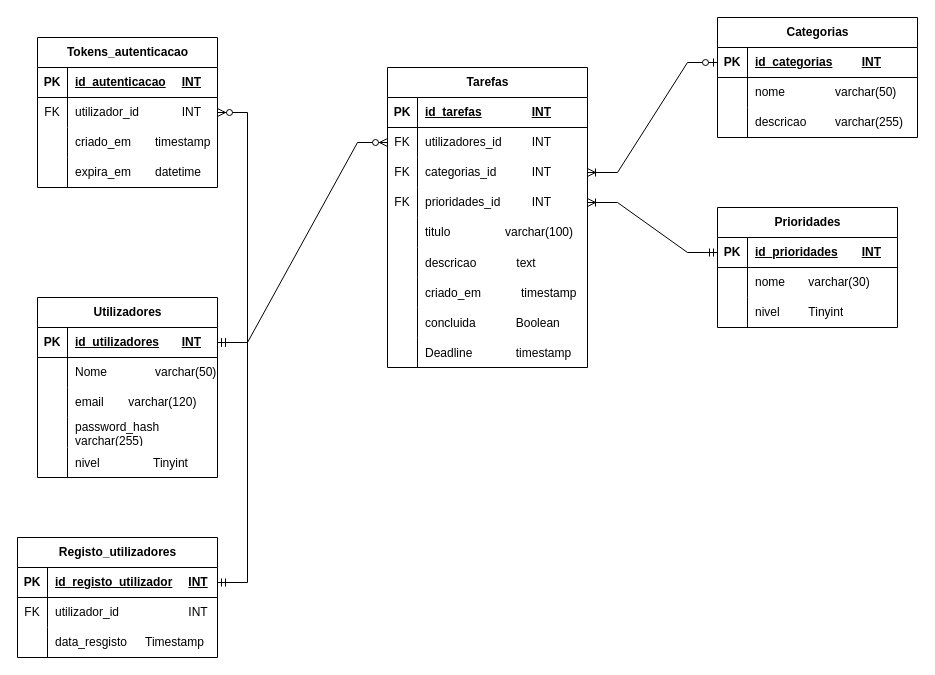
Before: P_Tarefas/projeto1/Modelo-ER-darwio.drawio in JunqueiraDevEduardo/JavaFX, a draw.io diagram. Source tidied: cells renumbered, new cells numbered last; positions are measured from the earlier drawing's top-left corner, leaving out a move shared by most shapes. Both pictures are drawn from the tidied source at 100%, with x=0, y=0 at pixel (17, 17).
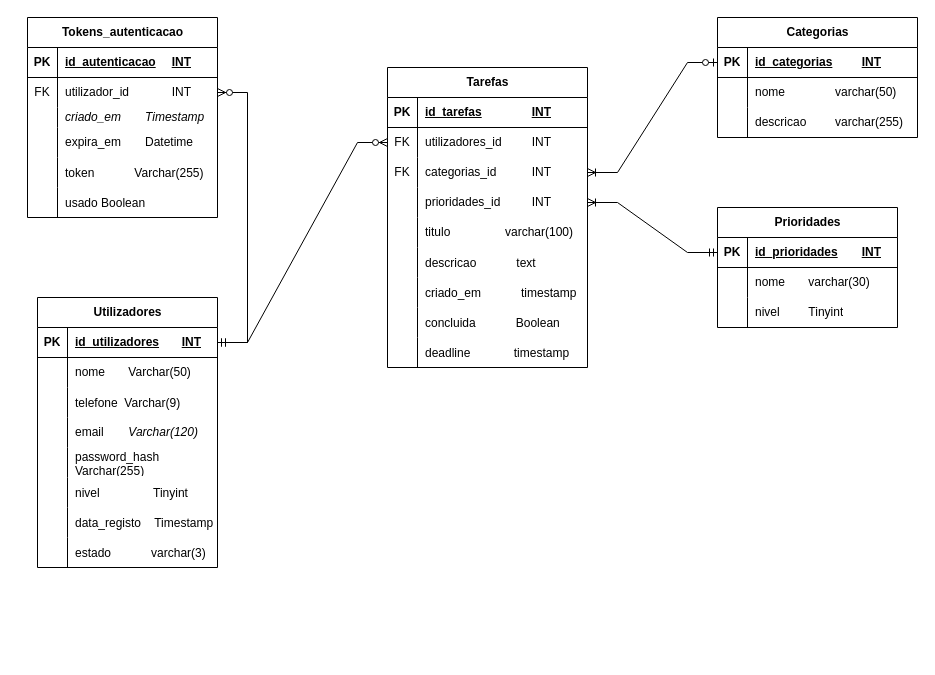
The same diagram, later.

Commit message (it also covers changes not shown here):
update base de dados ER modelo completo

update

The change refers to these unchanged cells:
```xml
<mxCell id="12" style="shape=tableRow;horizontal=0;startSize=0;swimlaneHead=0;swimlaneBody=0;fillColor=none;points=[[0,0.5],[1,0.5]];portConstraint=eastwest;top=0;left=0;right=0;bottom=0;" parent="2" vertex="1">
  <mxGeometry y="120" width="200" height="30" as="geometry" />
</mxCell>
<mxCell id="27" style="shape=tableRow;horizontal=0;startSize=0;swimlaneHead=0;swimlaneBody=0;fillColor=none;top=0;left=0;right=0;bottom=0;" parent="2" vertex="1">
  <mxGeometry y="270" width="200" height="30" as="geometry" />
</mxCell>
<mxCell id="44" style="shape=tableRow;horizontal=0;startSize=0;swimlaneHead=0;swimlaneBody=0;fillColor=none;points=[[0,0.5],[1,0.5]];portConstraint=eastwest;top=0;left=0;right=0;bottom=1;" parent="43" vertex="1">
  <mxGeometry y="30" width="180" height="30" as="geometry" />
</mxCell>
<mxCell id="47" style="shape=tableRow;horizontal=0;startSize=0;swimlaneHead=0;swimlaneBody=0;fillColor=none;top=0;left=0;right=0;bottom=0;" parent="43" vertex="1">
  <mxGeometry y="60" width="180" height="30" as="geometry" />
</mxCell>
```

What changed in the source:
```diff
@@
-    <mxCell id="13" value="FK" style="shape=partialRectangle;fillColor=none;top=0;left=0;bottom=0;right=0;fontStyle=0;overflow=hidden;whiteSpace=wrap;html=1;" parent="12" vertex="1">
+    <mxCell id="13" style="shape=partialRectangle;fillColor=none;top=0;left=0;bottom=0;right=0;fontStyle=0;overflow=hidden;whiteSpace=wrap;html=1;" parent="12" vertex="1">
       <mxGeometry width="30" height="30" as="geometry" />
     </mxCell>
@@
-    <mxCell id="29" value="Deadline             timestamp " style="shape=partialRectangle;fillColor=none;top=0;left=0;bottom=0;right=0;align=left;spacingLeft=6;overflow=hidden;" parent="27" vertex="1">
+    <mxCell id="29" value="deadline             timestamp " style="shape=partialRectangle;fillColor=none;top=0;left=0;bottom=0;right=0;align=left;spacingLeft=6;overflow=hidden;" parent="27" vertex="1">
       <mxGeometry x="30" width="170" height="30" as="geometry" />
     </mxCell>
     <mxCell id="30" value="Tokens_autenticacao" style="shape=table;startSize=30;childLayout=tableLayout;rowLines=0;fontStyle=1;align=center;html=1;" parent="1" vertex="1">
-      <mxGeometry x="20" y="20" width="180" height="150" as="geometry" />
+      <mxGeometry x="10" width="190" height="200" as="geometry" />
     </mxCell>
     <mxCell id="31" style="shape=tableRow;horizontal=0;startSize=0;swimlaneHead=0;swimlaneBody=0;fillColor=none;top=0;left=0;right=0;bottom=1;" parent="30" vertex="1">
-      <mxGeometry y="30" width="180" height="30" as="geometry" />
+      <mxGeometry y="30" width="190" height="30" as="geometry" />
     </mxCell>
@@
     <mxCell id="33" value="id_autenticacao&lt;span style=&quot;white-space: pre;&quot;&gt;&#9;&lt;/span&gt;INT" style="shape=partialRectangle;fillColor=none;top=0;left=0;bottom=0;right=0;align=left;spacingLeft=6;fontStyle=5;overflow=hidden;whiteSpace=wrap;html=1;" parent="31" vertex="1">
-      <mxGeometry x="30" width="150" height="30" as="geometry" />
+      <mxGeometry x="30" width="160" height="30" as="geometry" />
     </mxCell>
     <mxCell id="34" style="shape=tableRow;horizontal=0;startSize=0;swimlaneHead=0;swimlaneBody=0;fillColor=none;points=[[0,0.5],[1,0.5]];portConstraint=eastwest;top=0;left=0;right=0;bottom=0;" parent="30" vertex="1">
-      <mxGeometry y="60" width="180" height="30" as="geometry" />
+      <mxGeometry y="60" width="190" height="30" as="geometry" />
     </mxCell>
@@
     <mxCell id="36" value="utilizador_id&lt;span style=&quot;white-space: pre;&quot;&gt;&#9;&lt;/span&gt;&lt;span style=&quot;white-space: pre;&quot;&gt;&#9;&lt;/span&gt;INT" style="shape=partialRectangle;fillColor=none;top=0;left=0;bottom=0;right=0;align=left;spacingLeft=6;fontStyle=0;overflow=hidden;whiteSpace=wrap;html=1;" parent="34" vertex="1">
-      <mxGeometry x="30" width="150" height="30" as="geometry" />
+      <mxGeometry x="30" width="160" height="30" as="geometry" />
     </mxCell>
     <mxCell id="37" style="shape=tableRow;horizontal=0;startSize=0;swimlaneHead=0;swimlaneBody=0;fillColor=none;top=0;left=0;right=0;bottom=0;" parent="30" vertex="1">
-      <mxGeometry y="90" width="180" height="30" as="geometry" />
+      <mxGeometry y="90" width="190" height="20" as="geometry" />
     </mxCell>
     <mxCell id="38" style="shape=partialRectangle;fillColor=none;top=0;left=0;bottom=0;right=0;overflow=hidden;whiteSpace=wrap;html=1;" parent="37" vertex="1">
-      <mxGeometry width="30" height="30" as="geometry" />
+      <mxGeometry width="30" height="20" as="geometry" />
     </mxCell>
-    <mxCell id="39" value="criado_em&lt;span style=&quot;white-space: pre;&quot;&gt;&#9;&lt;/span&gt;timestamp" style="shape=partialRectangle;fillColor=none;top=0;left=0;bottom=0;right=0;align=left;spacingLeft=6;overflow=hidden;whiteSpace=wrap;html=1;" parent="37" vertex="1">
-      <mxGeometry x="30" width="150" height="30" as="geometry" />
+    <mxCell id="39" value="&lt;i&gt;criado_em&lt;span style=&quot;white-space: pre;&quot;&gt;&#9;&lt;/span&gt;Timestamp&lt;/i&gt;" style="shape=partialRectangle;fillColor=none;top=0;left=0;bottom=0;right=0;align=left;spacingLeft=6;overflow=hidden;whiteSpace=wrap;html=1;" parent="37" vertex="1">
+      <mxGeometry x="30" width="160" height="20" as="geometry" />
     </mxCell>
     <mxCell id="40" style="shape=tableRow;horizontal=0;startSize=0;swimlaneHead=0;swimlaneBody=0;fillColor=none;top=0;left=0;right=0;bottom=0;" parent="30" vertex="1">
-      <mxGeometry y="120" width="180" height="30" as="geometry" />
+      <mxGeometry y="110" width="190" height="30" as="geometry" />
     </mxCell>
@@
-    <mxCell id="42" value="expira_em&lt;span style=&quot;white-space: pre;&quot;&gt;&#9;&lt;/span&gt;datetime" style="shape=partialRectangle;fillColor=none;top=0;left=0;bottom=0;right=0;align=left;spacingLeft=6;overflow=hidden;whiteSpace=wrap;html=1;" parent="40" vertex="1">
-      <mxGeometry x="30" width="150" height="30" as="geometry" />
+    <mxCell id="42" value="expira_em&lt;span style=&quot;white-space: pre;&quot;&gt;&#9;&lt;/span&gt;Datetime" style="shape=partialRectangle;fillColor=none;top=0;left=0;bottom=0;right=0;align=left;spacingLeft=6;overflow=hidden;whiteSpace=wrap;html=1;" parent="40" vertex="1">
+      <mxGeometry x="30" width="160" height="30" as="geometry" />
     </mxCell>
+    <mxCell id="94" style="shape=tableRow;horizontal=0;startSize=0;swimlaneHead=0;swimlaneBody=0;fillColor=none;top=0;left=0;right=0;bottom=0;" parent="30" vertex="1">
+      <mxGeometry y="140" width="190" height="30" as="geometry" />
+    </mxCell>
+    <mxCell id="95" style="shape=partialRectangle;fillColor=none;top=0;left=0;bottom=0;right=0;overflow=hidden;" parent="94" vertex="1">
+      <mxGeometry width="30" height="30" as="geometry" />
+    </mxCell>
+    <mxCell id="96" value="token            Varchar(255)" style="shape=partialRectangle;fillColor=none;top=0;left=0;bottom=0;right=0;align=left;spacingLeft=6;overflow=hidden;fontStyle=0;" parent="94" vertex="1">
+      <mxGeometry x="30" width="160" height="30" as="geometry" />
+    </mxCell>
+    <mxCell id="97" style="shape=tableRow;horizontal=0;startSize=0;swimlaneHead=0;swimlaneBody=0;fillColor=none;top=0;left=0;right=0;bottom=0;" parent="30" vertex="1">
+      <mxGeometry y="170" width="190" height="30" as="geometry" />
+    </mxCell>
+    <mxCell id="98" style="shape=partialRectangle;fillColor=none;top=0;left=0;bottom=0;right=0;overflow=hidden;" parent="97" vertex="1">
+      <mxGeometry width="30" height="30" as="geometry" />
+    </mxCell>
+    <mxCell id="99" value="usado Boolean " style="shape=partialRectangle;fillColor=none;top=0;left=0;bottom=0;right=0;align=left;spacingLeft=6;overflow=hidden;horizontal=1;fontStyle=0;" parent="97" vertex="1">
+      <mxGeometry x="30" width="160" height="30" as="geometry" />
+    </mxCell>
     <mxCell id="43" value="Utilizadores" style="shape=table;startSize=30;childLayout=tableLayout;rowLines=0;fontStyle=1;align=center;html=1;" parent="1" vertex="1">
-      <mxGeometry x="20" y="280" width="180" height="180" as="geometry" />
+      <mxGeometry x="20" y="280" width="180" height="270" as="geometry" />
     </mxCell>
@@
-    <mxCell id="49" value="Nome&lt;span style=&quot;white-space: pre;&quot;&gt;&#9;&lt;/span&gt;&lt;span style=&quot;white-space: pre;&quot;&gt;&#9;&lt;/span&gt;varchar(50)" style="shape=partialRectangle;fillColor=none;top=0;left=0;bottom=0;right=0;align=left;spacingLeft=6;overflow=hidden;whiteSpace=wrap;html=1;" parent="47" vertex="1">
+    <mxCell id="49" value="nome&lt;span style=&quot;white-space: pre;&quot;&gt;&#9;&lt;/span&gt;Varchar(50)" style="shape=partialRectangle;fillColor=none;top=0;left=0;bottom=0;right=0;align=left;spacingLeft=6;overflow=hidden;whiteSpace=wrap;html=1;" parent="47" vertex="1">
       <mxGeometry x="30" width="150" height="30" as="geometry" />
     </mxCell>
+    <mxCell id="100" style="shape=tableRow;horizontal=0;startSize=0;swimlaneHead=0;swimlaneBody=0;fillColor=none;top=0;left=0;right=0;bottom=0;" parent="43" vertex="1">
+      <mxGeometry y="90" width="180" height="30" as="geometry" />
+    </mxCell>
+    <mxCell id="101" style="shape=partialRectangle;fillColor=none;top=0;left=0;bottom=0;right=0;overflow=hidden;" parent="100" vertex="1">
+      <mxGeometry width="30" height="30" as="geometry" />
+    </mxCell>
+    <mxCell id="102" value="telefone  Varchar(9)" style="shape=partialRectangle;fillColor=none;top=0;left=0;bottom=0;right=0;align=left;spacingLeft=6;overflow=hidden;" parent="100" vertex="1">
+      <mxGeometry x="30" width="150" height="30" as="geometry" />
+    </mxCell>
     <mxCell id="50" style="shape=tableRow;horizontal=0;startSize=0;swimlaneHead=0;swimlaneBody=0;fillColor=none;top=0;left=0;right=0;bottom=0;" parent="43" vertex="1">
-      <mxGeometry y="90" width="180" height="30" as="geometry" />
+      <mxGeometry y="120" width="180" height="30" as="geometry" />
     </mxCell>
@@
-    <mxCell id="52" value="email&lt;span style=&quot;white-space: pre;&quot;&gt;&#9;&lt;/span&gt;varchar(120)" style="shape=partialRectangle;fillColor=none;top=0;left=0;bottom=0;right=0;align=left;spacingLeft=6;overflow=hidden;whiteSpace=wrap;html=1;" parent="50" vertex="1">
+    <mxCell id="52" value="email&lt;span style=&quot;white-space: pre;&quot;&gt;&#9;&lt;/span&gt;&lt;i&gt;Varchar(120)&lt;/i&gt;" style="shape=partialRectangle;fillColor=none;top=0;left=0;bottom=0;right=0;align=left;spacingLeft=6;overflow=hidden;whiteSpace=wrap;html=1;" parent="50" vertex="1">
       <mxGeometry x="30" width="150" height="30" as="geometry" />
     </mxCell>
     <mxCell id="53" style="shape=tableRow;horizontal=0;startSize=0;swimlaneHead=0;swimlaneBody=0;fillColor=none;top=0;left=0;right=0;bottom=0;" parent="43" vertex="1">
-      <mxGeometry y="120" width="180" height="30" as="geometry" />
+      <mxGeometry y="150" width="180" height="30" as="geometry" />
     </mxCell>
@@
-    <mxCell id="55" value="password_hash&amp;nbsp; varchar(255)" style="shape=partialRectangle;fillColor=none;top=0;left=0;bottom=0;right=0;align=left;spacingLeft=6;overflow=hidden;whiteSpace=wrap;html=1;" parent="53" vertex="1">
+    <mxCell id="55" value="password_hash&amp;nbsp; Varchar(255)" style="shape=partialRectangle;fillColor=none;top=0;left=0;bottom=0;right=0;align=left;spacingLeft=6;overflow=hidden;whiteSpace=wrap;html=1;" parent="53" vertex="1">
       <mxGeometry x="30" width="150" height="30" as="geometry" />
     </mxCell>
     <mxCell id="56" style="shape=tableRow;horizontal=0;startSize=0;swimlaneHead=0;swimlaneBody=0;fillColor=none;top=0;left=0;right=0;bottom=0;" parent="43" vertex="1">
-      <mxGeometry y="150" width="180" height="30" as="geometry" />
+      <mxGeometry y="180" width="180" height="30" as="geometry" />
     </mxCell>
@@
+    <mxCell id="103" style="shape=tableRow;horizontal=0;startSize=0;swimlaneHead=0;swimlaneBody=0;fillColor=none;top=0;left=0;right=0;bottom=0;" parent="43" vertex="1">
+      <mxGeometry y="210" width="180" height="30" as="geometry" />
+    </mxCell>
+    <mxCell id="104" style="shape=partialRectangle;fillColor=none;top=0;left=0;bottom=0;right=0;overflow=hidden;" parent="103" vertex="1">
+      <mxGeometry width="30" height="30" as="geometry" />
+    </mxCell>
+    <mxCell id="105" value="data_registo    Timestamp" style="shape=partialRectangle;fillColor=none;top=0;left=0;bottom=0;right=0;align=left;spacingLeft=6;overflow=hidden;fontStyle=0;" parent="103" vertex="1">
+      <mxGeometry x="30" width="150" height="30" as="geometry" />
+    </mxCell>
+    <mxCell id="106" style="shape=tableRow;horizontal=0;startSize=0;swimlaneHead=0;swimlaneBody=0;fillColor=none;top=0;left=0;right=0;bottom=0;" parent="43" vertex="1">
+      <mxGeometry y="240" width="180" height="30" as="geometry" />
+    </mxCell>
+    <mxCell id="107" style="shape=partialRectangle;fillColor=none;top=0;left=0;bottom=0;right=0;overflow=hidden;" parent="106" vertex="1">
+      <mxGeometry width="30" height="30" as="geometry" />
+    </mxCell>
+    <mxCell id="108" value="estado            varchar(3)" style="shape=partialRectangle;fillColor=none;top=0;left=0;bottom=0;right=0;align=left;spacingLeft=6;overflow=hidden;" parent="106" vertex="1">
+      <mxGeometry x="30" width="150" height="30" as="geometry" />
+    </mxCell>
@@
-    <mxCell id="83" value="Registo_utilizadores" style="shape=table;startSize=30;childLayout=tableLayout;rowLines=0;fontStyle=1;align=center;html=1;" parent="1" vertex="1">
-      <mxGeometry y="520" width="200" height="120" as="geometry" />
-    </mxCell>
-    <mxCell id="84" style="shape=tableRow;horizontal=0;startSize=0;swimlaneHead=0;swimlaneBody=0;fillColor=none;points=[[0,0.5],[1,0.5]];portConstraint=eastwest;top=0;left=0;right=0;bottom=1;" parent="83" vertex="1">
-      <mxGeometry y="30" width="200" height="30" as="geometry" />
-    </mxCell>
-    <mxCell id="85" value="PK" style="shape=partialRectangle;fillColor=none;top=0;left=0;bottom=0;right=0;fontStyle=1;overflow=hidden;whiteSpace=wrap;html=1;" parent="84" vertex="1">
-      <mxGeometry width="30" height="30" as="geometry" />
-    </mxCell>
-    <mxCell id="86" value="id_registo_utilizador&lt;span style=&quot;white-space: pre;&quot;&gt;&#9;&lt;/span&gt;INT" style="shape=partialRectangle;fillColor=none;top=0;left=0;bottom=0;right=0;align=left;spacingLeft=6;fontStyle=5;overflow=hidden;whiteSpace=wrap;html=1;" parent="84" vertex="1">
-      <mxGeometry x="30" width="170" height="30" as="geometry" />
-    </mxCell>
-    <mxCell id="87" style="shape=tableRow;horizontal=0;startSize=0;swimlaneHead=0;swimlaneBody=0;fillColor=none;top=0;left=0;right=0;bottom=0;" parent="83" vertex="1">
-      <mxGeometry y="60" width="200" height="30" as="geometry" />
-    </mxCell>
-    <mxCell id="88" value="FK" style="shape=partialRectangle;fillColor=none;top=0;left=0;bottom=0;right=0;overflow=hidden;whiteSpace=wrap;html=1;" parent="87" vertex="1">
-      <mxGeometry width="30" height="30" as="geometry" />
-    </mxCell>
-    <mxCell id="89" value="utilizador_id&lt;span style=&quot;white-space: pre;&quot;&gt;&#9;&lt;/span&gt;&lt;span style=&quot;white-space: pre;&quot;&gt;&#9;&lt;/span&gt;&lt;span style=&quot;white-space: pre;&quot;&gt;&#9;&lt;/span&gt;INT" style="shape=partialRectangle;fillColor=none;top=0;left=0;bottom=0;right=0;align=left;spacingLeft=6;overflow=hidden;whiteSpace=wrap;html=1;" parent="87" vertex="1">
-      <mxGeometry x="30" width="170" height="30" as="geometry" />
-    </mxCell>
-    <mxCell id="90" style="shape=tableRow;horizontal=0;startSize=0;swimlaneHead=0;swimlaneBody=0;fillColor=none;top=0;left=0;right=0;bottom=0;" parent="83" vertex="1">
-      <mxGeometry y="90" width="200" height="30" as="geometry" />
-    </mxCell>
-    <mxCell id="91" style="shape=partialRectangle;fillColor=none;top=0;left=0;bottom=0;right=0;overflow=hidden;whiteSpace=wrap;html=1;" parent="90" vertex="1">
-      <mxGeometry width="30" height="30" as="geometry" />
-    </mxCell>
-    <mxCell id="92" value="data_resgisto&lt;span style=&quot;white-space: pre;&quot;&gt;&#9;&lt;/span&gt;&amp;nbsp; &amp;nbsp;Timestamp" style="shape=partialRectangle;fillColor=none;top=0;left=0;bottom=0;right=0;align=left;spacingLeft=6;overflow=hidden;whiteSpace=wrap;html=1;" parent="90" vertex="1">
-      <mxGeometry x="30" width="170" height="30" as="geometry" />
-    </mxCell>
-    <mxCell id="93" style="edgeStyle=entityRelationEdgeStyle;fontSize=12;html=1;endArrow=ERmandOne;startArrow=ERmandOne;rounded=0;defaultLabelBackgroundColor=page;labelPadding=0 4;exitX=1;exitY=0.5;exitDx=0;exitDy=0;" parent="1" edge="1" source="44" target="84">
-      <mxGeometry relative="1" as="geometry" />
-    </mxCell>
```
